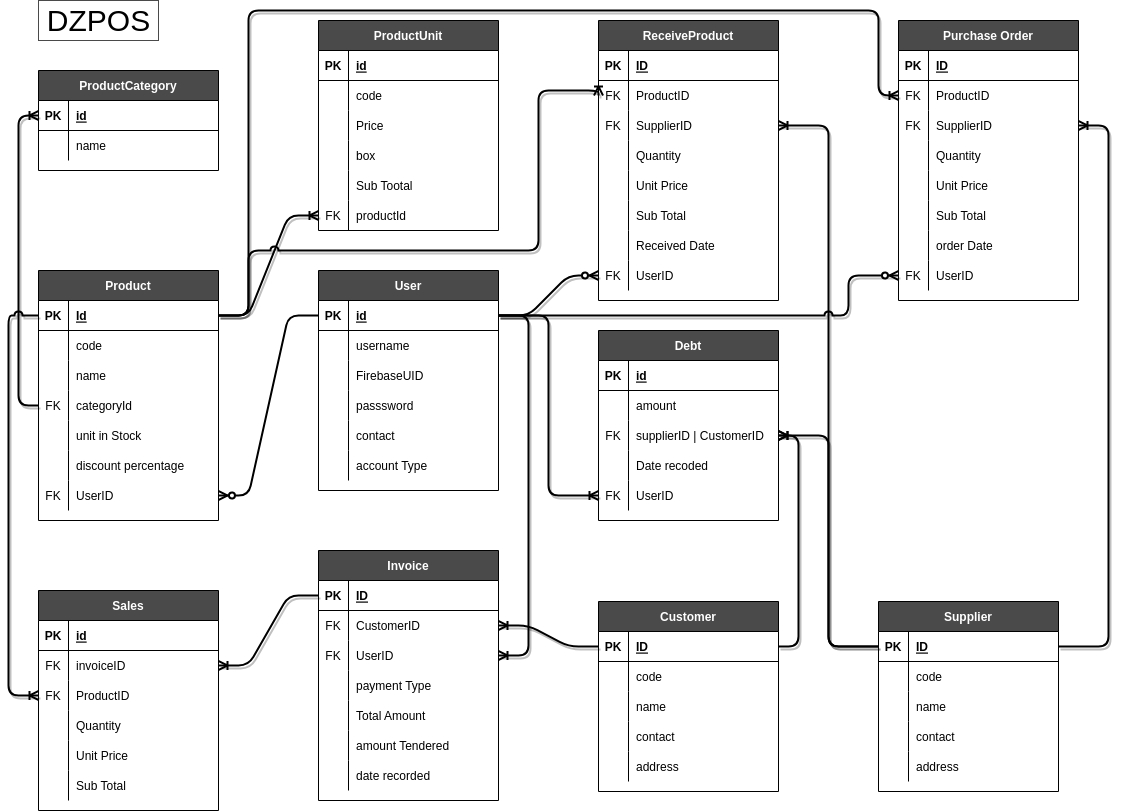
This is lib/core/services/database.png from Youcef-Goudjal/dzpos, a draw.io export, as it was before one commit. Source tidied: cells renumbered, new cells last; positions are measured from the earlier drawing's top-left corner, leaving out a move shared by most shapes.
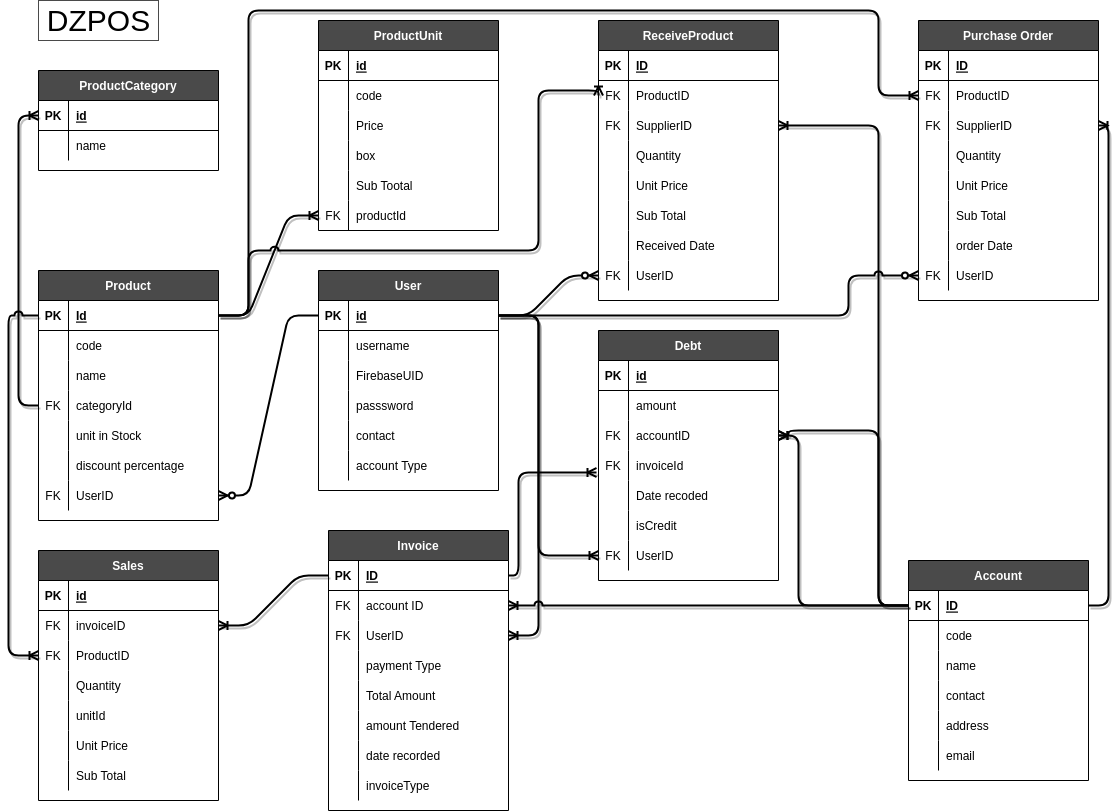
After the change.

The edit, as a diff of the source:
```diff
@@ -157,3 +157,3 @@
     <mxCell id="51" value="Sales" style="shape=table;startSize=30;rowLines=0;fontStyle=1;align=center;fontColor=#FFFFFF;strokeColor=#000000;fillColor=#4A4A4A;" parent="1" vertex="1">
-      <mxGeometry x="30" y="590" width="180" height="220" as="geometry" />
+      <mxGeometry x="30" y="550" width="180" height="250" as="geometry" />
     </mxCell>
@@ -195,4 +195,13 @@
     </mxCell>
+    <mxCell id="190" style="shape=partialRectangle;fillColor=none;top=0;left=0;bottom=0;right=0;fontColor=#000000;" parent="51" vertex="1">
+      <mxGeometry y="150" width="180" height="30" as="geometry" />
+    </mxCell>
+    <mxCell id="225" style="shape=partialRectangle;fillColor=none;top=0;left=0;bottom=0;right=0;overflow=hidden;fontColor=#000000;" parent="190" vertex="1">
+      <mxGeometry width="30" height="30" as="geometry" />
+    </mxCell>
+    <mxCell id="226" value="unitId" style="shape=partialRectangle;fillColor=none;top=0;left=0;bottom=0;right=0;align=left;spacingLeft=6;overflow=hidden;fontColor=#000000;" parent="190" vertex="1">
+      <mxGeometry x="30" width="150" height="30" as="geometry" />
+    </mxCell>
     <mxCell id="64" style="shape=partialRectangle;fillColor=none;top=0;left=0;bottom=0;right=0;fontColor=#000000;" parent="51" vertex="1">
-      <mxGeometry y="150" width="180" height="30" as="geometry" />
+      <mxGeometry y="180" width="180" height="30" as="geometry" />
     </mxCell>
@@ -205,3 +214,3 @@
     <mxCell id="67" style="shape=partialRectangle;fillColor=none;top=0;left=0;bottom=0;right=0;fontColor=#000000;" parent="51" vertex="1">
-      <mxGeometry y="180" width="180" height="30" as="geometry" />
+      <mxGeometry y="210" width="180" height="30" as="geometry" />
     </mxCell>
@@ -271,3 +280,3 @@
     <mxCell id="89" value="Invoice" style="shape=table;startSize=30;rowLines=0;fontStyle=1;align=center;fontColor=#FFFFFF;strokeColor=#000000;fillColor=#4A4A4A;" parent="1" vertex="1">
-      <mxGeometry x="310" y="550" width="180" height="250" as="geometry" />
+      <mxGeometry x="320" y="530" width="180" height="280" as="geometry" />
     </mxCell>
@@ -288,3 +297,3 @@
     </mxCell>
-    <mxCell id="95" value="CustomerID" style="shape=partialRectangle;fillColor=none;top=0;left=0;bottom=0;right=0;align=left;spacingLeft=6;fontStyle=0;overflow=hidden;fontColor=#000000;" parent="93" vertex="1">
+    <mxCell id="95" value="account ID" style="shape=partialRectangle;fillColor=none;top=0;left=0;bottom=0;right=0;align=left;spacingLeft=6;fontStyle=0;overflow=hidden;fontColor=#000000;" parent="93" vertex="1">
       <mxGeometry x="30" width="150" height="30" as="geometry" />
@@ -336,2 +345,11 @@
     </mxCell>
+    <mxCell id="227" style="shape=partialRectangle;fillColor=none;top=0;left=0;bottom=0;right=0;fontColor=#000000;" parent="89" vertex="1">
+      <mxGeometry y="240" width="180" height="30" as="geometry" />
+    </mxCell>
+    <mxCell id="228" style="shape=partialRectangle;fillColor=none;top=0;left=0;bottom=0;right=0;overflow=hidden;fontColor=#000000;" parent="227" vertex="1">
+      <mxGeometry width="30" height="30" as="geometry" />
+    </mxCell>
+    <mxCell id="229" value="invoiceType" style="shape=partialRectangle;fillColor=none;top=0;left=0;bottom=0;right=0;align=left;spacingLeft=6;overflow=hidden;fontColor=#000000;" parent="227" vertex="1">
+      <mxGeometry x="30" width="150" height="30" as="geometry" />
+    </mxCell>
     <mxCell id="111" value="ReceiveProduct" style="shape=table;startSize=30;rowLines=0;fontStyle=1;align=center;fontColor=#FFFFFF;strokeColor=#000000;fillColor=#4A4A4A;" parent="1" vertex="1">
@@ -412,3 +430,3 @@
     <mxCell id="136" value="Purchase Order" style="shape=table;startSize=30;rowLines=0;fontStyle=1;align=center;fontColor=#FFFFFF;strokeColor=#000000;fillColor=#4A4A4A;" parent="1" vertex="1">
-      <mxGeometry x="890" y="20" width="180" height="280" as="geometry" />
+      <mxGeometry x="910" y="20" width="180" height="280" as="geometry" />
     </mxCell>
@@ -486,4 +504,4 @@
     </mxCell>
-    <mxCell id="161" value="Customer" style="shape=table;startSize=30;rowLines=0;fontStyle=1;align=center;fontColor=#FFFFFF;strokeColor=#000000;fillColor=#4A4A4A;" parent="1" vertex="1">
-      <mxGeometry x="590" y="601" width="180" height="190" as="geometry" />
+    <mxCell id="161" value="Account" style="shape=table;startSize=30;rowLines=0;fontStyle=1;align=center;fontColor=#FFFFFF;strokeColor=#000000;fillColor=#4A4A4A;" parent="1" vertex="1">
+      <mxGeometry x="900" y="560" width="180" height="220" as="geometry" />
     </mxCell>
@@ -534,50 +552,11 @@
     </mxCell>
-    <mxCell id="177" value="Supplier" style="shape=table;startSize=30;rowLines=0;fontStyle=1;align=center;fontColor=#FFFFFF;strokeColor=#000000;fillColor=#4A4A4A;" parent="1" vertex="1">
-      <mxGeometry x="870" y="601" width="180" height="190" as="geometry" />
-    </mxCell>
-    <mxCell id="178" style="shape=partialRectangle;fillColor=none;top=0;left=0;bottom=1;right=0;points=[[0,0.5],[1,0.5]];portConstraint=eastwest;fontColor=#000000;" parent="177" vertex="1">
-      <mxGeometry y="30" width="180" height="30" as="geometry" />
-    </mxCell>
-    <mxCell id="179" value="PK" style="shape=partialRectangle;fillColor=none;top=0;left=0;bottom=0;right=0;fontStyle=1;overflow=hidden;fontColor=#000000;" parent="178" vertex="1">
-      <mxGeometry width="30" height="30" as="geometry" />
-    </mxCell>
-    <mxCell id="180" value="ID" style="shape=partialRectangle;fillColor=none;top=0;left=0;bottom=0;right=0;align=left;spacingLeft=6;fontStyle=5;overflow=hidden;fontColor=#000000;" parent="178" vertex="1">
-      <mxGeometry x="30" width="150" height="30" as="geometry" />
-    </mxCell>
-    <mxCell id="181" style="shape=partialRectangle;fillColor=none;top=0;left=0;bottom=0;right=0;fontColor=#000000;" parent="177" vertex="1">
-      <mxGeometry y="60" width="180" height="30" as="geometry" />
-    </mxCell>
-    <mxCell id="182" style="shape=partialRectangle;fillColor=none;top=0;left=0;bottom=0;right=0;overflow=hidden;fontColor=#000000;" parent="181" vertex="1">
-      <mxGeometry width="30" height="30" as="geometry" />
-    </mxCell>
-    <mxCell id="183" value="code" style="shape=partialRectangle;fillColor=none;top=0;left=0;bottom=0;right=0;align=left;spacingLeft=6;overflow=hidden;fontColor=#000000;" parent="181" vertex="1">
-      <mxGeometry x="30" width="150" height="30" as="geometry" />
-    </mxCell>
-    <mxCell id="184" style="shape=partialRectangle;fillColor=none;top=0;left=0;bottom=0;right=0;fontColor=#000000;" parent="177" vertex="1">
-      <mxGeometry y="90" width="180" height="30" as="geometry" />
-    </mxCell>
-    <mxCell id="185" style="shape=partialRectangle;fillColor=none;top=0;left=0;bottom=0;right=0;overflow=hidden;fontColor=#000000;" parent="184" vertex="1">
-      <mxGeometry width="30" height="30" as="geometry" />
-    </mxCell>
-    <mxCell id="186" value="name" style="shape=partialRectangle;fillColor=none;top=0;left=0;bottom=0;right=0;align=left;spacingLeft=6;overflow=hidden;fontColor=#000000;" parent="184" vertex="1">
-      <mxGeometry x="30" width="150" height="30" as="geometry" />
-    </mxCell>
-    <mxCell id="187" style="shape=partialRectangle;fillColor=none;top=0;left=0;bottom=0;right=0;points=[[0,0.5],[1,0.5]];portConstraint=eastwest;fontColor=#000000;" parent="177" vertex="1">
-      <mxGeometry y="120" width="180" height="30" as="geometry" />
-    </mxCell>
-    <mxCell id="188" style="shape=partialRectangle;fillColor=none;top=0;left=0;bottom=0;right=0;overflow=hidden;fontColor=#000000;" parent="187" vertex="1">
-      <mxGeometry width="30" height="30" as="geometry" />
-    </mxCell>
-    <mxCell id="189" value="contact" style="shape=partialRectangle;fillColor=none;top=0;left=0;bottom=0;right=0;align=left;spacingLeft=6;overflow=hidden;fontColor=#000000;" parent="187" vertex="1">
-      <mxGeometry x="30" width="150" height="30" as="geometry" />
-    </mxCell>
-    <mxCell id="190" style="shape=partialRectangle;fillColor=none;top=0;left=0;bottom=0;right=0;fontColor=#000000;" parent="177" vertex="1">
-      <mxGeometry y="150" width="180" height="30" as="geometry" />
-    </mxCell>
-    <mxCell id="191" style="shape=partialRectangle;fillColor=none;top=0;left=0;bottom=0;right=0;overflow=hidden;fontColor=#000000;" parent="190" vertex="1">
-      <mxGeometry width="30" height="30" as="geometry" />
-    </mxCell>
-    <mxCell id="192" value="address" style="shape=partialRectangle;fillColor=none;top=0;left=0;bottom=0;right=0;align=left;spacingLeft=6;overflow=hidden;fontColor=#000000;" parent="190" vertex="1">
-      <mxGeometry x="30" width="150" height="30" as="geometry" />
-    </mxCell>
+    <mxCell id="230" style="shape=partialRectangle;fillColor=none;top=0;left=0;bottom=0;right=0;fontColor=#000000;" parent="161" vertex="1">
+      <mxGeometry y="180" width="180" height="30" as="geometry" />
+    </mxCell>
+    <mxCell id="231" style="shape=partialRectangle;fillColor=none;top=0;left=0;bottom=0;right=0;overflow=hidden;fontColor=#000000;" parent="230" vertex="1">
+      <mxGeometry width="30" height="30" as="geometry" />
+    </mxCell>
+    <mxCell id="232" value="email" style="shape=partialRectangle;fillColor=none;top=0;left=0;bottom=0;right=0;align=left;spacingLeft=6;overflow=hidden;fontColor=#000000;" parent="230" vertex="1">
+      <mxGeometry x="30" width="150" height="30" as="geometry" />
+    </mxCell>
     <mxCell id="193" style="edgeStyle=entityRelationEdgeStyle;fontSize=12;html=1;endArrow=ERzeroToMany;endFill=1;exitX=0;exitY=0.5;exitDx=0;exitDy=0;entryX=1;entryY=0.5;entryDx=0;entryDy=0;strokeWidth=2;fontColor=#000000;strokeColor=#000000;" parent="1" edge="1" source="71" target="48">
@@ -602,4 +581,9 @@
     </mxCell>
-    <mxCell id="197" style="edgeStyle=orthogonalEdgeStyle;fontSize=12;html=1;endArrow=ERoneToMany;rounded=1;shadow=1;strokeWidth=2;elbow=vertical;jumpStyle=arc;exitX=0;exitY=0.5;exitDx=0;exitDy=0;entryX=1;entryY=0.5;entryDx=0;entryDy=0;fontColor=#000000;strokeColor=#000000;" parent="1" edge="1" source="178" target="118">
-      <mxGeometry relative="1" as="geometry" />
+    <mxCell id="197" style="edgeStyle=orthogonalEdgeStyle;fontSize=12;html=1;endArrow=ERoneToMany;rounded=1;shadow=1;strokeWidth=2;elbow=vertical;jumpStyle=arc;exitX=0;exitY=0.5;exitDx=0;exitDy=0;entryX=1;entryY=0.5;entryDx=0;entryDy=0;fontColor=#000000;strokeColor=#000000;" parent="1" edge="1" source="162" target="118">
+      <mxGeometry relative="1" as="geometry">
+        <Array as="points">
+          <mxPoint x="870" y="605" />
+          <mxPoint x="870" y="125" />
+        </Array>
+      </mxGeometry>
     </mxCell>
@@ -618,3 +602,3 @@
           <mxPoint y="315" />
-          <mxPoint y="695" />
+          <mxPoint y="655" />
         </Array>
@@ -622,6 +606,6 @@
     </mxCell>
-    <mxCell id="202" style="edgeStyle=orthogonalEdgeStyle;fontSize=12;html=1;endArrow=ERoneToMany;rounded=1;shadow=1;strokeWidth=2;elbow=vertical;jumpStyle=arc;exitX=1;exitY=0.5;exitDx=0;exitDy=0;entryX=1;entryY=0.5;entryDx=0;entryDy=0;fontColor=#000000;strokeColor=#000000;" parent="1" edge="1" source="178" target="143">
+    <mxCell id="202" style="edgeStyle=orthogonalEdgeStyle;fontSize=12;html=1;endArrow=ERoneToMany;rounded=1;shadow=1;strokeWidth=2;elbow=vertical;jumpStyle=arc;exitX=1;exitY=0.5;exitDx=0;exitDy=0;entryX=1;entryY=0.5;entryDx=0;entryDy=0;fontColor=#000000;strokeColor=#000000;" parent="1" edge="1" source="162" target="143">
       <mxGeometry relative="1" as="geometry">
         <Array as="points">
-          <mxPoint x="1100" y="646" />
+          <mxPoint x="1100" y="605" />
           <mxPoint x="1100" y="125" />
@@ -652,3 +636,3 @@
     <mxCell id="206" value="Debt" style="shape=table;startSize=30;rowLines=0;fontStyle=1;align=center;fontColor=#FFFFFF;strokeColor=#000000;fillColor=#4A4A4A;" parent="1" vertex="1">
-      <mxGeometry x="590" y="330" width="180" height="190" as="geometry" />
+      <mxGeometry x="590" y="330" width="180" height="250" as="geometry" />
     </mxCell>
@@ -678,7 +662,16 @@
     </mxCell>
-    <mxCell id="215" value="supplierID | CustomerID" style="shape=partialRectangle;fillColor=none;top=0;left=0;bottom=0;right=0;align=left;spacingLeft=6;overflow=hidden;fontColor=#000000;" parent="213" vertex="1">
+    <mxCell id="215" value="accountID" style="shape=partialRectangle;fillColor=none;top=0;left=0;bottom=0;right=0;align=left;spacingLeft=6;overflow=hidden;fontColor=#000000;" parent="213" vertex="1">
       <mxGeometry x="30" width="150" height="30" as="geometry" />
     </mxCell>
+    <mxCell id="187" style="shape=partialRectangle;fillColor=none;top=0;left=0;bottom=0;right=0;points=[[0,0.5],[1,0.5]];portConstraint=eastwest;fontColor=#000000;" parent="206" vertex="1">
+      <mxGeometry y="120" width="180" height="30" as="geometry" />
+    </mxCell>
+    <mxCell id="233" value="FK" style="shape=partialRectangle;fillColor=none;top=0;left=0;bottom=0;right=0;overflow=hidden;fontColor=#000000;" parent="187" vertex="1">
+      <mxGeometry width="30" height="30" as="geometry" />
+    </mxCell>
+    <mxCell id="234" value="invoiceId" style="shape=partialRectangle;fillColor=none;top=0;left=0;bottom=0;right=0;align=left;spacingLeft=6;overflow=hidden;fontColor=#000000;" parent="187" vertex="1">
+      <mxGeometry x="30" width="150" height="30" as="geometry" />
+    </mxCell>
     <mxCell id="216" style="shape=partialRectangle;fillColor=none;top=0;left=0;bottom=0;right=0;fontColor=#000000;" parent="206" vertex="1">
-      <mxGeometry y="120" width="180" height="30" as="geometry" />
+      <mxGeometry y="150" width="180" height="30" as="geometry" />
     </mxCell>
@@ -690,4 +683,13 @@
     </mxCell>
+    <mxCell id="235" style="shape=partialRectangle;fillColor=none;top=0;left=0;bottom=0;right=0;fontColor=#000000;" parent="206" vertex="1">
+      <mxGeometry y="180" width="180" height="30" as="geometry" />
+    </mxCell>
+    <mxCell id="236" style="shape=partialRectangle;fillColor=none;top=0;left=0;bottom=0;right=0;overflow=hidden;fontColor=#000000;" parent="235" vertex="1">
+      <mxGeometry width="30" height="30" as="geometry" />
+    </mxCell>
+    <mxCell id="237" value="isCredit" style="shape=partialRectangle;fillColor=none;top=0;left=0;bottom=0;right=0;align=left;spacingLeft=6;overflow=hidden;fontColor=#000000;" parent="235" vertex="1">
+      <mxGeometry x="30" width="150" height="30" as="geometry" />
+    </mxCell>
     <mxCell id="219" style="shape=partialRectangle;fillColor=none;top=0;left=0;bottom=0;right=0;points=[[0,0.5],[1,0.5]];portConstraint=eastwest;fontColor=#000000;" parent="206" vertex="1">
-      <mxGeometry y="150" width="180" height="30" as="geometry" />
+      <mxGeometry y="210" width="180" height="30" as="geometry" />
     </mxCell>
@@ -700,11 +702,23 @@
     <mxCell id="222" style="edgeStyle=orthogonalEdgeStyle;fontSize=12;html=1;endArrow=ERoneToMany;rounded=1;shadow=1;fontColor=#000000;strokeWidth=2;elbow=vertical;jumpStyle=arc;exitX=1;exitY=0.5;exitDx=0;exitDy=0;entryX=0;entryY=0.5;entryDx=0;entryDy=0;strokeColor=#000000;" parent="1" edge="1" source="71" target="219">
-      <mxGeometry relative="1" as="geometry" />
+      <mxGeometry relative="1" as="geometry">
+        <Array as="points">
+          <mxPoint x="530" y="315" />
+          <mxPoint x="530" y="555" />
+        </Array>
+      </mxGeometry>
     </mxCell>
-    <mxCell id="223" style="edgeStyle=orthogonalEdgeStyle;fontSize=12;html=1;endArrow=ERoneToMany;rounded=1;shadow=1;fontColor=#000000;strokeWidth=2;elbow=vertical;jumpStyle=arc;exitX=0;exitY=0.5;exitDx=0;exitDy=0;entryX=1;entryY=0.5;entryDx=0;entryDy=0;strokeColor=#000000;" parent="1" edge="1" source="178" target="213">
-      <mxGeometry relative="1" as="geometry" />
+    <mxCell id="223" style="edgeStyle=orthogonalEdgeStyle;fontSize=12;html=1;endArrow=ERoneToMany;rounded=1;shadow=1;fontColor=#000000;strokeWidth=2;elbow=vertical;jumpStyle=arc;entryX=1;entryY=0.5;entryDx=0;entryDy=0;strokeColor=#000000;exitX=0;exitY=0.5;exitDx=0;exitDy=0;" parent="1" edge="1" source="162" target="213">
+      <mxGeometry relative="1" as="geometry">
+        <Array as="points">
+          <mxPoint x="870" y="605" />
+          <mxPoint x="870" y="430" />
+          <mxPoint x="780" y="430" />
+          <mxPoint x="780" y="435" />
+        </Array>
+      </mxGeometry>
     </mxCell>
-    <mxCell id="224" style="edgeStyle=orthogonalEdgeStyle;fontSize=12;html=1;endArrow=ERoneToMany;rounded=1;shadow=1;fontColor=#000000;strokeWidth=2;elbow=vertical;jumpStyle=arc;exitX=1;exitY=0.5;exitDx=0;exitDy=0;entryX=1;entryY=0.5;entryDx=0;entryDy=0;strokeColor=#000000;" parent="1" edge="1" source="162" target="213">
+    <mxCell id="224" style="edgeStyle=orthogonalEdgeStyle;fontSize=12;html=1;endArrow=ERoneToMany;rounded=1;shadow=1;fontColor=#000000;strokeWidth=2;elbow=vertical;jumpStyle=arc;exitX=0;exitY=0.5;exitDx=0;exitDy=0;entryX=1;entryY=0.5;entryDx=0;entryDy=0;strokeColor=#000000;" parent="1" edge="1" source="162" target="213">
       <mxGeometry relative="1" as="geometry">
         <Array as="points">
-          <mxPoint x="790" y="646" />
+          <mxPoint x="790" y="605" />
           <mxPoint x="790" y="435" />
@@ -713,2 +727,10 @@
     </mxCell>
+    <mxCell id="238" style="edgeStyle=orthogonalEdgeStyle;fontSize=12;html=1;endArrow=ERoneToMany;endFill=1;exitX=1;exitY=0.5;exitDx=0;exitDy=0;entryX=-0.011;entryY=0.733;entryDx=0;entryDy=0;entryPerimeter=0;strokeColor=#000000;fontColor=#000000;shadow=1;strokeWidth=2;" parent="1" edge="1" source="90" target="187">
+      <mxGeometry relative="1" as="geometry">
+        <Array as="points">
+          <mxPoint x="510" y="575" />
+          <mxPoint x="510" y="472" />
+        </Array>
+      </mxGeometry>
+    </mxCell>
   </root>
```
